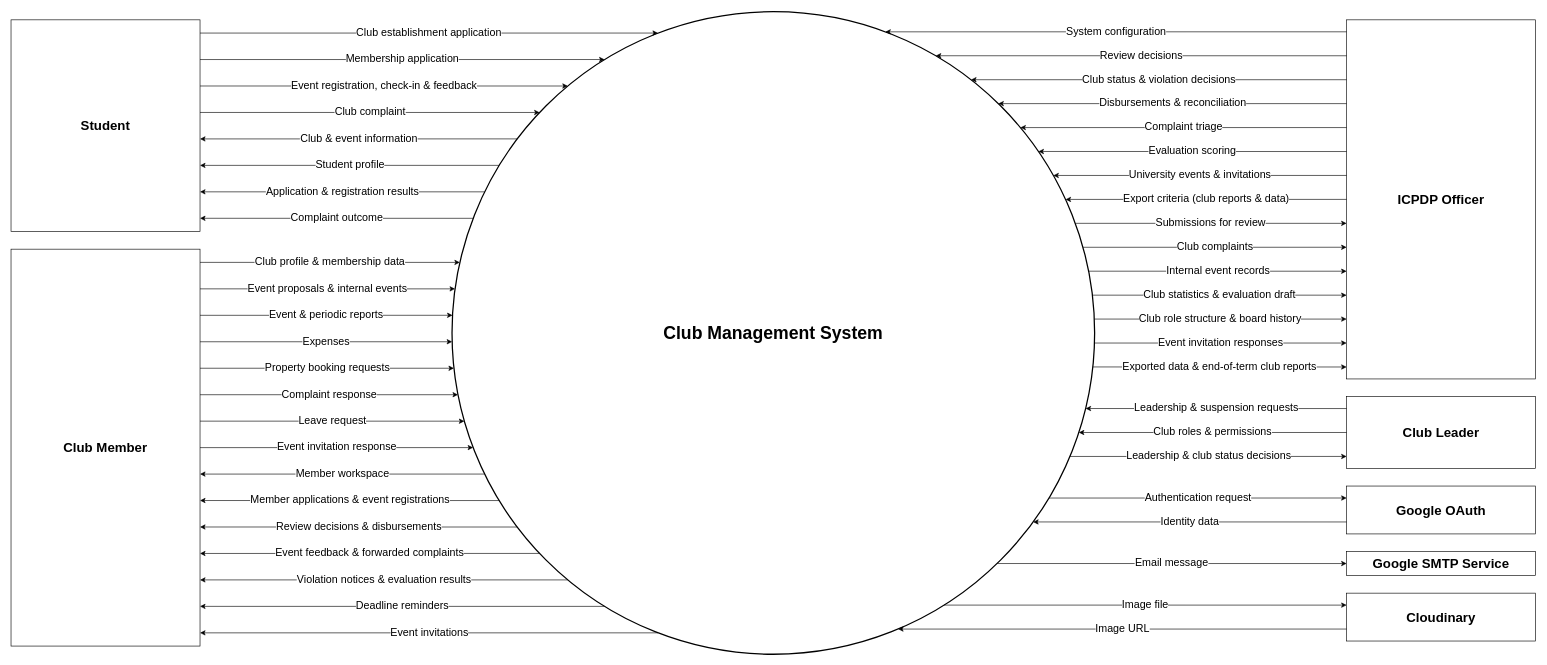
Above: docs/03-diagrams/UCMS_Context_Diagram_v2.1.drawio in nvdekay/ClubManagementSystem (draw.io), before the change. Source tidied: cells renumbered, new cells numbered last; positions are measured from the earlier drawing's top-left corner, leaving out a move shared by most shapes. Both pictures are drawn from the tidied source at 63%, with x=0, y=0 at pixel (11, 11).
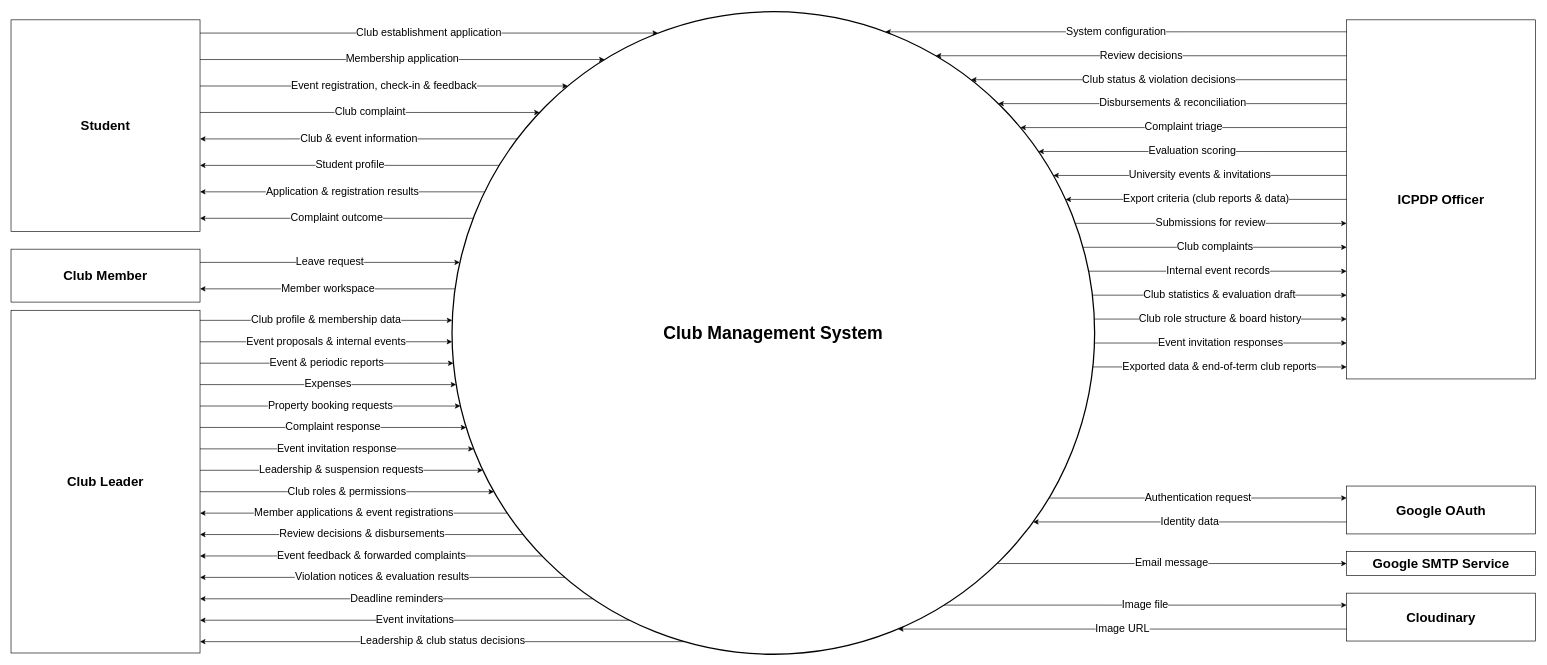
Above is the later version.

Commit message:
fix: add export data to context

Unchanged cells that the change refers to:
```xml
<mxCell id="2" value="Club Management System" style="ellipse;whiteSpace=wrap;html=1;strokeWidth=2;fontSize=28;fontStyle=1;" parent="1" vertex="1">
  <mxGeometry x="700" width="1020" height="1020" as="geometry" />
</mxCell>
<mxCell id="28" value="ICPDP Officer" style="rounded=0;whiteSpace=wrap;html=1;fontSize=21;fontStyle=1;" parent="1" vertex="1">
  <mxGeometry x="2120" y="13" width="300" height="570" as="geometry" />
</mxCell>
```

What changed in the source:
```diff
@@
     <mxCell id="12" value="Club Member" style="rounded=0;whiteSpace=wrap;html=1;fontSize=21;fontStyle=1;" parent="1" vertex="1">
-      <mxGeometry y="377" width="300" height="630" as="geometry" />
+      <mxGeometry y="377" width="300" height="84" as="geometry" />
     </mxCell>
+    <mxCell id="19" value="Leave request" style="edgeStyle=none;rounded=0;html=1;endArrow=classic;endFill=1;fontSize=17;labelBackgroundColor=#ffffff;exitX=1.0;exitY=0.2500;exitDx=0;exitDy=0;exitPerimeter=0;entryX=0.0122;entryY=0.3902;entryDx=0;entryDy=0;entryPerimeter=0;" parent="1" edge="1" source="12" target="2">
+      <mxGeometry relative="1" as="geometry" />
+    </mxCell>
+    <mxCell id="21" value="Member workspace" style="edgeStyle=none;rounded=0;html=1;endArrow=classic;endFill=1;fontSize=17;labelBackgroundColor=#ffffff;exitX=0.0047;exitY=0.4314;exitDx=0;exitDy=0;exitPerimeter=0;entryX=1.0;entryY=0.7500;entryDx=0;entryDy=0;entryPerimeter=0;" parent="1" edge="1" source="2" target="12">
+      <mxGeometry relative="1" as="geometry" />
+    </mxCell>
+    <mxCell id="44" value="Club Leader" style="rounded=0;whiteSpace=wrap;html=1;fontSize=21;fontStyle=1;" parent="1" vertex="1">
+      <mxGeometry y="474" width="300" height="544" as="geometry" />
+    </mxCell>
-    <mxCell id="13" value="Club profile &amp; membership data" style="edgeStyle=none;rounded=0;html=1;endArrow=classic;endFill=1;fontSize=17;labelBackgroundColor=#ffffff;exitX=1.0;exitY=0.0333;exitDx=0;exitDy=0;exitPerimeter=0;entryX=0.0122;entryY=0.3902;entryDx=0;entryDy=0;entryPerimeter=0;" parent="1" edge="1" source="12" target="2">
+    <mxCell id="13" value="Club profile &amp; membership data" style="edgeStyle=none;rounded=0;html=1;endArrow=classic;endFill=1;fontSize=17;labelBackgroundColor=#ffffff;exitX=1.0;exitY=0.0294;exitDx=0;exitDy=0;exitPerimeter=0;entryX=0.0004;entryY=0.4804;entryDx=0;entryDy=0;entryPerimeter=0;" parent="1" edge="1" source="44" target="2">
       <mxGeometry relative="1" as="geometry" />
     </mxCell>
-    <mxCell id="14" value="Event proposals &amp; internal events" style="edgeStyle=none;rounded=0;html=1;endArrow=classic;endFill=1;fontSize=17;labelBackgroundColor=#ffffff;exitX=1.0;exitY=0.1000;exitDx=0;exitDy=0;exitPerimeter=0;entryX=0.0047;entryY=0.4314;entryDx=0;entryDy=0;entryPerimeter=0;" parent="1" edge="1" source="12" target="2">
+    <mxCell id="14" value="Event proposals &amp; internal events" style="edgeStyle=none;rounded=0;html=1;endArrow=classic;endFill=1;fontSize=17;labelBackgroundColor=#ffffff;exitX=1.0;exitY=0.0919;exitDx=0;exitDy=0;exitPerimeter=0;entryX=0.0002;entryY=0.5137;entryDx=0;entryDy=0;entryPerimeter=0;" parent="1" edge="1" source="44" target="2">
       <mxGeometry relative="1" as="geometry" />
     </mxCell>
-    <mxCell id="15" value="Event &amp; periodic reports" style="edgeStyle=none;rounded=0;html=1;endArrow=classic;endFill=1;fontSize=17;labelBackgroundColor=#ffffff;exitX=1.0;exitY=0.1667;exitDx=0;exitDy=0;exitPerimeter=0;entryX=0.0008;entryY=0.4725;entryDx=0;entryDy=0;entryPerimeter=0;" parent="1" edge="1" source="12" target="2">
+    <mxCell id="15" value="Event &amp; periodic reports" style="edgeStyle=none;rounded=0;html=1;endArrow=classic;endFill=1;fontSize=17;labelBackgroundColor=#ffffff;exitX=1.0;exitY=0.1544;exitDx=0;exitDy=0;exitPerimeter=0;entryX=0.0022;entryY=0.5471;entryDx=0;entryDy=0;entryPerimeter=0;" parent="1" edge="1" source="44" target="2">
       <mxGeometry relative="1" as="geometry" />
     </mxCell>
-    <mxCell id="16" value="Expenses" style="edgeStyle=none;rounded=0;html=1;endArrow=classic;endFill=1;fontSize=17;labelBackgroundColor=#ffffff;exitX=1.0;exitY=0.2333;exitDx=0;exitDy=0;exitPerimeter=0;entryX=0.0002;entryY=0.5137;entryDx=0;entryDy=0;entryPerimeter=0;" parent="1" edge="1" source="12" target="2">
+    <mxCell id="16" value="Expenses" style="edgeStyle=none;rounded=0;html=1;endArrow=classic;endFill=1;fontSize=17;labelBackgroundColor=#ffffff;exitX=1.0;exitY=0.2169;exitDx=0;exitDy=0;exitPerimeter=0;entryX=0.0065;entryY=0.5804;entryDx=0;entryDy=0;entryPerimeter=0;" parent="1" edge="1" source="44" target="2">
       <mxGeometry relative="1" as="geometry" />
     </mxCell>
-    <mxCell id="17" value="Property booking requests" style="edgeStyle=none;rounded=0;html=1;endArrow=classic;endFill=1;fontSize=17;labelBackgroundColor=#ffffff;exitX=1.0;exitY=0.3000;exitDx=0;exitDy=0;exitPerimeter=0;entryX=0.0030;entryY=0.5549;entryDx=0;entryDy=0;entryPerimeter=0;" parent="1" edge="1" source="12" target="2">
+    <mxCell id="17" value="Property booking requests" style="edgeStyle=none;rounded=0;html=1;endArrow=classic;endFill=1;fontSize=17;labelBackgroundColor=#ffffff;exitX=1.0;exitY=0.2794;exitDx=0;exitDy=0;exitPerimeter=0;entryX=0.0131;entryY=0.6137;entryDx=0;entryDy=0;entryPerimeter=0;" parent="1" edge="1" source="44" target="2">
       <mxGeometry relative="1" as="geometry" />
     </mxCell>
-    <mxCell id="18" value="Complaint response" style="edgeStyle=none;rounded=0;html=1;endArrow=classic;endFill=1;fontSize=17;labelBackgroundColor=#ffffff;exitX=1.0;exitY=0.3667;exitDx=0;exitDy=0;exitPerimeter=0;entryX=0.0093;entryY=0.5961;entryDx=0;entryDy=0;entryPerimeter=0;" parent="1" edge="1" source="12" target="2">
+    <mxCell id="18" value="Complaint response" style="edgeStyle=none;rounded=0;html=1;endArrow=classic;endFill=1;fontSize=17;labelBackgroundColor=#ffffff;exitX=1.0;exitY=0.3419;exitDx=0;exitDy=0;exitPerimeter=0;entryX=0.0221;entryY=0.6471;entryDx=0;entryDy=0;entryPerimeter=0;" parent="1" edge="1" source="44" target="2">
       <mxGeometry relative="1" as="geometry" />
     </mxCell>
-    <mxCell id="19" value="Leave request" style="edgeStyle=none;rounded=0;html=1;endArrow=classic;endFill=1;fontSize=17;labelBackgroundColor=#ffffff;exitX=1.0;exitY=0.4333;exitDx=0;exitDy=0;exitPerimeter=0;entryX=0.0192;entryY=0.6373;entryDx=0;entryDy=0;entryPerimeter=0;" parent="1" edge="1" source="12" target="2">
-      <mxGeometry relative="1" as="geometry" />
-    </mxCell>
-    <mxCell id="20" value="Event invitation response" style="edgeStyle=none;rounded=0;html=1;endArrow=classic;endFill=1;fontSize=17;labelBackgroundColor=#ffffff;exitX=1.0;exitY=0.5000;exitDx=0;exitDy=0;exitPerimeter=0;entryX=0.0329;entryY=0.6784;entryDx=0;entryDy=0;entryPerimeter=0;" parent="1" edge="1" source="12" target="2">
+    <mxCell id="20" value="Event invitation response" style="edgeStyle=none;rounded=0;html=1;endArrow=classic;endFill=1;fontSize=17;labelBackgroundColor=#ffffff;exitX=1.0;exitY=0.4044;exitDx=0;exitDy=0;exitPerimeter=0;entryX=0.0337;entryY=0.6804;entryDx=0;entryDy=0;entryPerimeter=0;" parent="1" edge="1" source="44" target="2">
       <mxGeometry relative="1" as="geometry" />
     </mxCell>
-    <mxCell id="21" value="Member workspace" style="edgeStyle=none;rounded=0;html=1;endArrow=classic;endFill=1;fontSize=17;labelBackgroundColor=#ffffff;exitX=0.0508;exitY=0.7196;exitDx=0;exitDy=0;exitPerimeter=0;entryX=1.0;entryY=0.5667;entryDx=0;entryDy=0;entryPerimeter=0;" parent="1" edge="1" source="2" target="12">
-      <mxGeometry relative="1" as="geometry" />
-    </mxCell>
+    <mxCell id="45" value="Leadership &amp; suspension requests" style="edgeStyle=none;rounded=0;html=1;endArrow=classic;endFill=1;fontSize=17;labelBackgroundColor=#ffffff;exitX=1.0;exitY=0.4669;exitDx=0;exitDy=0;exitPerimeter=0;entryX=0.0480;entryY=0.7137;entryDx=0;entryDy=0;entryPerimeter=0;" parent="1" edge="1" source="44" target="2">
+      <mxGeometry relative="1" as="geometry" />
+    </mxCell>
+    <mxCell id="46" value="Club roles &amp; permissions" style="edgeStyle=none;rounded=0;html=1;endArrow=classic;endFill=1;fontSize=17;labelBackgroundColor=#ffffff;exitX=1.0;exitY=0.5294;exitDx=0;exitDy=0;exitPerimeter=0;entryX=0.0653;entryY=0.7471;entryDx=0;entryDy=0;entryPerimeter=0;" parent="1" edge="1" source="44" target="2">
+      <mxGeometry relative="1" as="geometry" />
+    </mxCell>
-    <mxCell id="22" value="Member applications &amp; event registrations" style="edgeStyle=none;rounded=0;html=1;endArrow=classic;endFill=1;fontSize=17;labelBackgroundColor=#ffffff;exitX=0.0734;exitY=0.7608;exitDx=0;exitDy=0;exitPerimeter=0;entryX=1.0;entryY=0.6333;entryDx=0;entryDy=0;entryPerimeter=0;" parent="1" edge="1" source="2" target="12">
+    <mxCell id="22" value="Member applications &amp; event registrations" style="edgeStyle=none;rounded=0;html=1;endArrow=classic;endFill=1;fontSize=17;labelBackgroundColor=#ffffff;exitX=0.0860;exitY=0.7804;exitDx=0;exitDy=0;exitPerimeter=0;entryX=1.0;entryY=0.5919;entryDx=0;entryDy=0;entryPerimeter=0;" parent="1" edge="1" source="2" target="44">
       <mxGeometry relative="1" as="geometry" />
     </mxCell>
-    <mxCell id="23" value="Review decisions &amp; disbursements" style="edgeStyle=none;rounded=0;html=1;endArrow=classic;endFill=1;fontSize=17;labelBackgroundColor=#ffffff;exitX=0.1015;exitY=0.8020;exitDx=0;exitDy=0;exitPerimeter=0;entryX=1.0;entryY=0.7000;entryDx=0;entryDy=0;entryPerimeter=0;" parent="1" edge="1" source="2" target="12">
+    <mxCell id="23" value="Review decisions &amp; disbursements" style="edgeStyle=none;rounded=0;html=1;endArrow=classic;endFill=1;fontSize=17;labelBackgroundColor=#ffffff;exitX=0.1107;exitY=0.8137;exitDx=0;exitDy=0;exitPerimeter=0;entryX=1.0;entryY=0.6544;entryDx=0;entryDy=0;entryPerimeter=0;" parent="1" edge="1" source="2" target="44">
       <mxGeometry relative="1" as="geometry" />
     </mxCell>
-    <mxCell id="24" value="Event feedback &amp; forwarded complaints" style="edgeStyle=none;rounded=0;html=1;endArrow=classic;endFill=1;fontSize=17;labelBackgroundColor=#ffffff;exitX=0.1363;exitY=0.8431;exitDx=0;exitDy=0;exitPerimeter=0;entryX=1.0;entryY=0.7667;entryDx=0;entryDy=0;entryPerimeter=0;" parent="1" edge="1" source="2" target="12">
+    <mxCell id="24" value="Event feedback &amp; forwarded complaints" style="edgeStyle=none;rounded=0;html=1;endArrow=classic;endFill=1;fontSize=17;labelBackgroundColor=#ffffff;exitX=0.1401;exitY=0.8471;exitDx=0;exitDy=0;exitPerimeter=0;entryX=1.0;entryY=0.7169;entryDx=0;entryDy=0;entryPerimeter=0;" parent="1" edge="1" source="2" target="44">
       <mxGeometry relative="1" as="geometry" />
     </mxCell>
-    <mxCell id="25" value="Violation notices &amp; evaluation results" style="edgeStyle=none;rounded=0;html=1;endArrow=classic;endFill=1;fontSize=17;labelBackgroundColor=#ffffff;exitX=0.1802;exitY=0.8843;exitDx=0;exitDy=0;exitPerimeter=0;entryX=1.0;entryY=0.8333;entryDx=0;entryDy=0;entryPerimeter=0;" parent="1" edge="1" source="2" target="12">
+    <mxCell id="25" value="Violation notices &amp; evaluation results" style="edgeStyle=none;rounded=0;html=1;endArrow=classic;endFill=1;fontSize=17;labelBackgroundColor=#ffffff;exitX=0.1755;exitY=0.8804;exitDx=0;exitDy=0;exitPerimeter=0;entryX=1.0;entryY=0.7794;entryDx=0;entryDy=0;entryPerimeter=0;" parent="1" edge="1" source="2" target="44">
       <mxGeometry relative="1" as="geometry" />
     </mxCell>
-    <mxCell id="26" value="Deadline reminders" style="edgeStyle=none;rounded=0;html=1;endArrow=classic;endFill=1;fontSize=17;labelBackgroundColor=#ffffff;exitX=0.2374;exitY=0.9255;exitDx=0;exitDy=0;exitPerimeter=0;entryX=1.0;entryY=0.9000;entryDx=0;entryDy=0;entryPerimeter=0;" parent="1" edge="1" source="2" target="12">
+    <mxCell id="26" value="Deadline reminders" style="edgeStyle=none;rounded=0;html=1;endArrow=classic;endFill=1;fontSize=17;labelBackgroundColor=#ffffff;exitX=0.2192;exitY=0.9137;exitDx=0;exitDy=0;exitPerimeter=0;entryX=1.0;entryY=0.8419;entryDx=0;entryDy=0;entryPerimeter=0;" parent="1" edge="1" source="2" target="44">
       <mxGeometry relative="1" as="geometry" />
     </mxCell>
-    <mxCell id="27" value="Event invitations" style="edgeStyle=none;rounded=0;html=1;endArrow=classic;endFill=1;fontSize=17;labelBackgroundColor=#ffffff;exitX=0.3205;exitY=0.9667;exitDx=0;exitDy=0;exitPerimeter=0;entryX=1.0;entryY=0.9667;entryDx=0;entryDy=0;entryPerimeter=0;" parent="1" edge="1" source="2" target="12">
+    <mxCell id="27" value="Event invitations" style="edgeStyle=none;rounded=0;html=1;endArrow=classic;endFill=1;fontSize=17;labelBackgroundColor=#ffffff;exitX=0.2761;exitY=0.9471;exitDx=0;exitDy=0;exitPerimeter=0;entryX=1.0;entryY=0.9044;entryDx=0;entryDy=0;entryPerimeter=0;" parent="1" edge="1" source="2" target="44">
       <mxGeometry relative="1" as="geometry" />
     </mxCell>
+    <mxCell id="47" value="Leadership &amp; club status decisions" style="edgeStyle=none;rounded=0;html=1;endArrow=classic;endFill=1;fontSize=17;labelBackgroundColor=#ffffff;exitX=0.3614;exitY=0.9804;exitDx=0;exitDy=0;exitPerimeter=0;entryX=1.0;entryY=0.9669;entryDx=0;entryDy=0;entryPerimeter=0;" parent="1" edge="1" source="2" target="44">
+      <mxGeometry relative="1" as="geometry" />
+    </mxCell>
@@
+    <mxCell id="42" value="Export criteria (club reports &amp; data)" style="edgeStyle=none;rounded=0;html=1;endArrow=classic;endFill=1;fontSize=17;labelBackgroundColor=#ffffff;exitX=0.0000;exitY=0.5000;exitDx=0;exitDy=0;exitPerimeter=0;entryX=0.9548;entryY=0.2922;entryDx=0;entryDy=0;entryPerimeter=0;" parent="1" edge="1" source="28" target="2">
+      <mxGeometry relative="1" as="geometry" />
+    </mxCell>
@@
-    <mxCell id="42" value="Export criteria (club reports &amp; data)" style="edgeStyle=none;rounded=0;html=1;endArrow=classic;endFill=1;fontSize=17;labelBackgroundColor=#ffffff;exitX=0.0000;exitY=0.5000;exitDx=0;exitDy=0;exitPerimeter=0;entryX=0.9548;entryY=0.2922;entryDx=0;entryDy=0;entryPerimeter=0;" parent="1" edge="1" source="28" target="2">
-      <mxGeometry relative="1" as="geometry" />
-    </mxCell>
@@
-    <mxCell id="44" value="Club Leader" style="rounded=0;whiteSpace=wrap;html=1;fontSize=21;fontStyle=1;" parent="1" vertex="1">
-      <mxGeometry x="2120" y="611" width="300" height="114" as="geometry" />
-    </mxCell>
-    <mxCell id="45" value="Leadership &amp; suspension requests" style="edgeStyle=none;rounded=0;html=1;endArrow=classic;endFill=1;fontSize=17;labelBackgroundColor=#ffffff;exitX=0.0000;exitY=0.1667;exitDx=0;exitDy=0;exitPerimeter=0;entryX=0.9860;entryY=0.6176;entryDx=0;entryDy=0;entryPerimeter=0;" parent="1" edge="1" source="44" target="2">
-      <mxGeometry relative="1" as="geometry" />
-    </mxCell>
-    <mxCell id="46" value="Club roles &amp; permissions" style="edgeStyle=none;rounded=0;html=1;endArrow=classic;endFill=1;fontSize=17;labelBackgroundColor=#ffffff;exitX=0.0000;exitY=0.5000;exitDx=0;exitDy=0;exitPerimeter=0;entryX=0.9754;entryY=0.6549;entryDx=0;entryDy=0;entryPerimeter=0;" parent="1" edge="1" source="44" target="2">
-      <mxGeometry relative="1" as="geometry" />
-    </mxCell>
-    <mxCell id="47" value="Leadership &amp; club status decisions" style="edgeStyle=none;rounded=0;html=1;endArrow=classic;endFill=1;fontSize=17;labelBackgroundColor=#ffffff;exitX=0.9616;exitY=0.6922;exitDx=0;exitDy=0;exitPerimeter=0;entryX=0.0000;entryY=0.8333;entryDx=0;entryDy=0;entryPerimeter=0;" parent="1" edge="1" source="2" target="44">
-      <mxGeometry relative="1" as="geometry" />
-    </mxCell>
```
